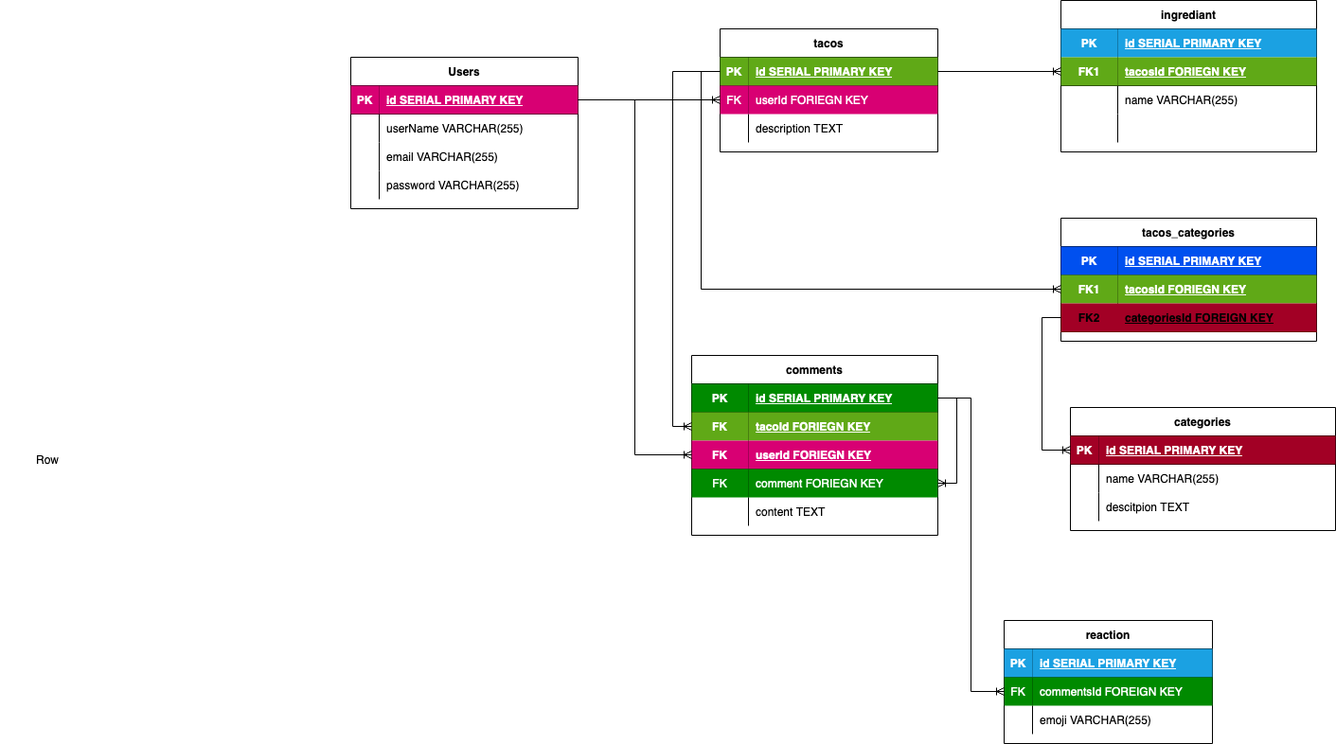
Earlier version of the draw.io export erd.drawio.png (ikarabag1/entity-relationship-diagrams). Source tidied: cells renumbered, new cells last; positions are measured from the earlier drawing's top-left corner, leaving out a move shared by most shapes.
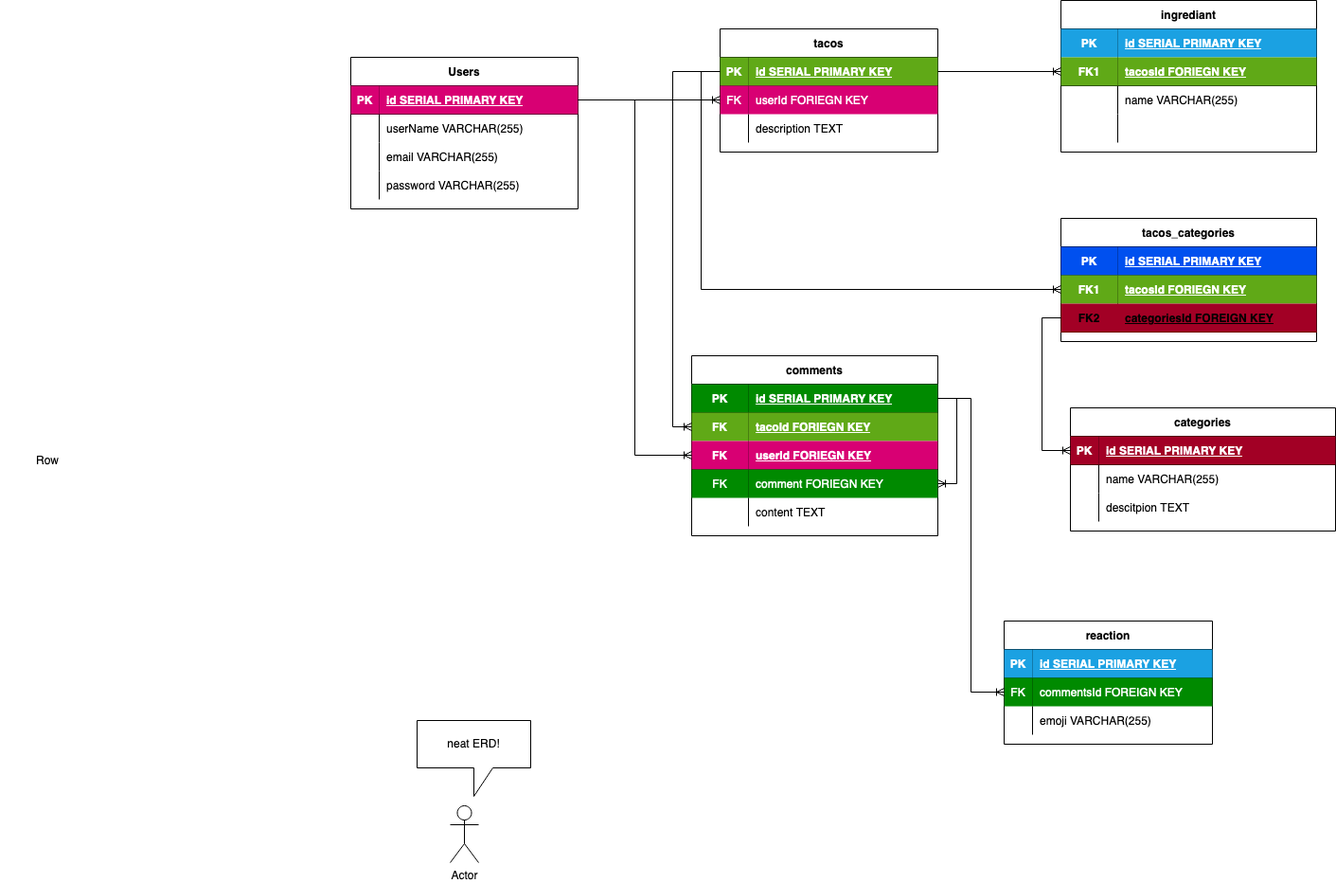
After the change.

The edit, as a diff of the source:
```diff
@@ -284,5 +284,11 @@
     <mxCell id="95" style="edgeStyle=orthogonalEdgeStyle;rounded=0;jettySize=auto;html=1;endArrow=ERoneToMany;endFill=0;" parent="1" edge="1" source="68" target="89">
       <mxGeometry relative="1" as="geometry" />
     </mxCell>
+    <mxCell id="96" value="Actor" style="shape=umlActor;verticalLabelPosition=bottom;verticalAlign=top;html=1;" parent="1" vertex="1">
+      <mxGeometry x="475" y="850" width="30" height="60" as="geometry" />
+    </mxCell>
+    <mxCell id="97" value="neat ERD!" style="shape=callout;whiteSpace=wrap;html=1;perimeter=calloutPerimeter;" parent="1" vertex="1">
+      <mxGeometry x="440" y="760" width="120" height="80" as="geometry" />
+    </mxCell>
   </root>
 </mxGraphModel>
```
